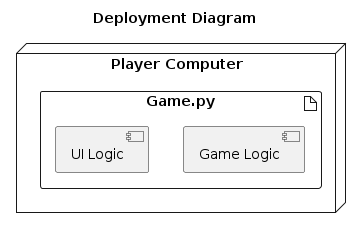
paulconnett/oop-group-final keeps this PlantUML diagram as game/uml/Physical View.png. Above is the earlier version.
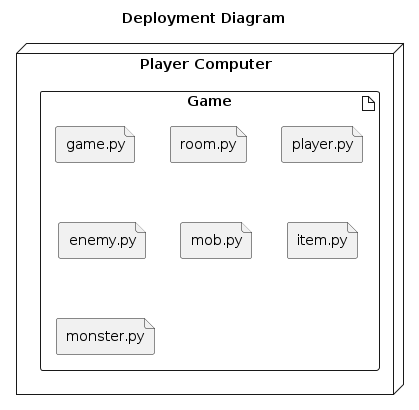
The same diagram one commit later.

What changed in the source:
```diff
@@ -2,9 +2,14 @@
 title Deployment Diagram
 
 node "Player Computer" {
-  artifact "Game.py" {
-    component "Game Logic"
-    component "UI Logic"
+  artifact "Game" {
+    file "game.py"
+    file "room.py"
+    file "player.py"
+    file "enemy.py"
+    file "mob.py"
+    file "item.py"
+    file "monster.py"
   }
 }
 
```
